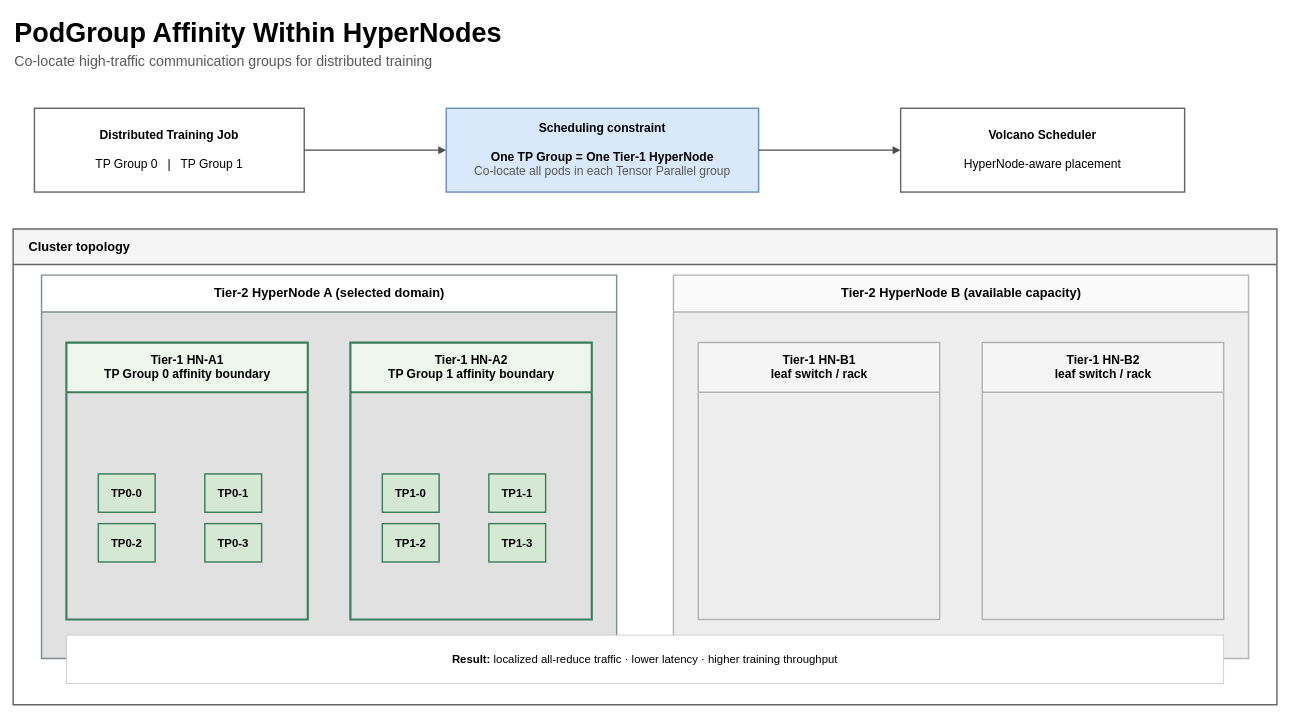
JesseStutler/volcano keeps this draw.io diagram as docs/images/network-topology/podgroup-affinity-hypernode.drawio. Above is the earlier version. Source tidied: cells renumbered, new cells numbered last; positions are measured from the earlier drawing's top-left corner, leaving out a move shared by most shapes. Both pictures are drawn from the tidied source at 71%, with x=0, y=0 at pixel (13, 12).
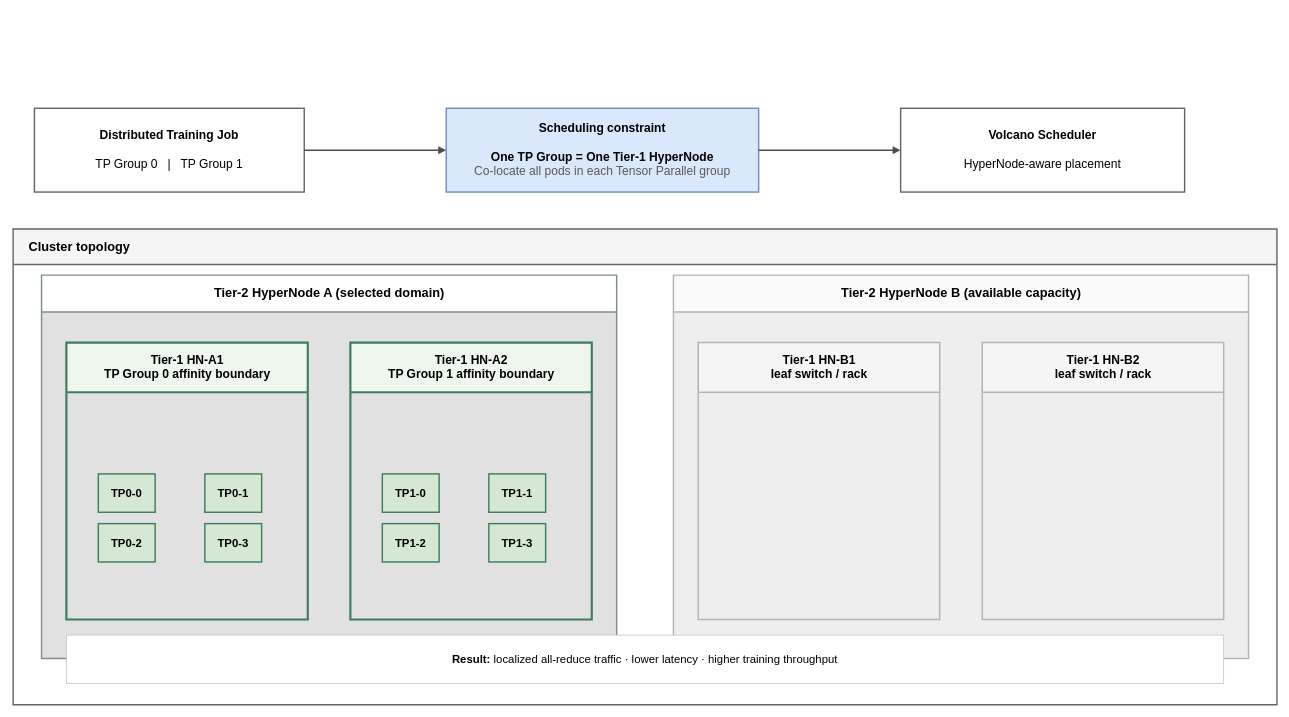
Above is the later version.

Change to the diagram source:
```diff
@@
-    <mxCell id="2" value="PodGroup Affinity Within HyperNodes" style="text;html=1;strokeColor=none;fillColor=none;align=left;fontSize=38;fontStyle=1;" parent="1" vertex="1">
-      <mxGeometry width="1100" height="50" as="geometry" />
-    </mxCell>
-    <mxCell id="3" value="Co-locate high-traffic communication groups for distributed training" style="text;html=1;strokeColor=none;fillColor=none;align=left;fontSize=20;fontColor=#595959;" parent="1" vertex="1">
-      <mxGeometry y="50" width="1100" height="35" as="geometry" />
-    </mxCell>
```
